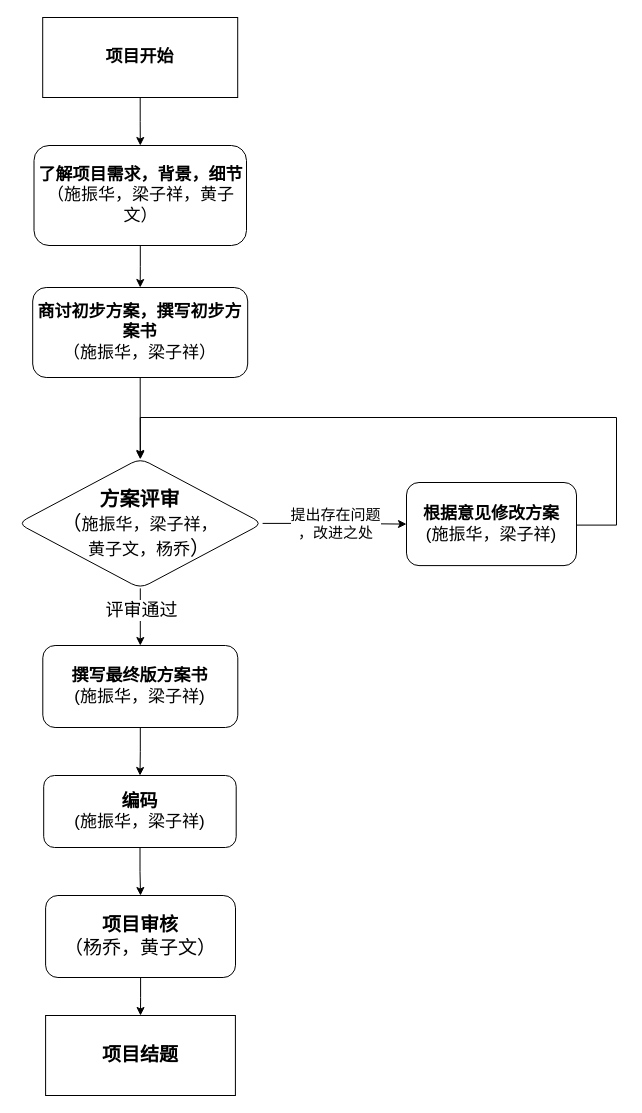
This is 主动防御产品化工作流程.drawio from father-liang/draw.io, a draw.io file, before an edit. Source tidied: cells renumbered, new cells numbered last; positions are measured from the earlier drawing's top-left corner, leaving out a move shared by most shapes. Both pictures are drawn from the tidied source at 100%, with x=0, y=0 at pixel (17, 17).
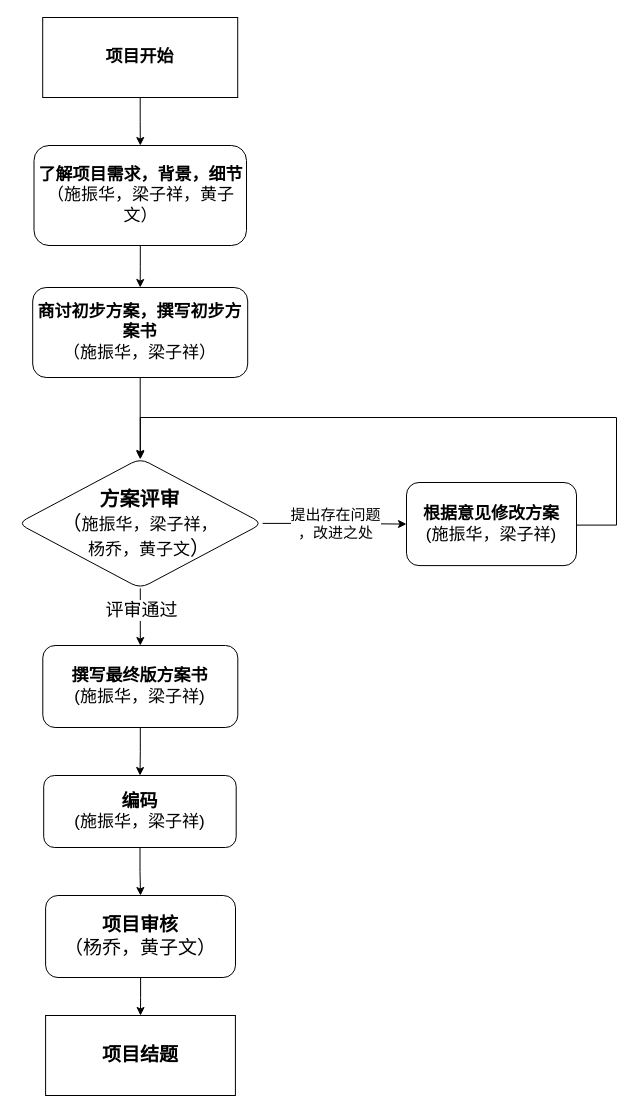
The same diagram, later.

Commit message (it also covers changes not shown here):
更新主动防御产品化工作流程.drawio

What changed in the source:
```diff
@@
-    <mxCell id="12" value="&lt;font style=&quot;font-size: 20px;&quot;&gt;&lt;b&gt;方案评审&lt;/b&gt;&lt;/font&gt;&lt;div&gt;&lt;font style=&quot;font-size: 20px;&quot;&gt;（&lt;/font&gt;&lt;span style=&quot;font-size: 17px; background-color: initial;&quot;&gt;施振华&lt;/span&gt;&lt;span style=&quot;font-size: 17px; background-color: initial;&quot;&gt;，&lt;/span&gt;&lt;span style=&quot;background-color: initial; font-size: 17px;&quot;&gt;梁子祥&lt;/span&gt;&lt;span style=&quot;background-color: initial; font-size: 17px;&quot;&gt;，&lt;/span&gt;&lt;/div&gt;&lt;div&gt;&lt;span style=&quot;font-size: 17px; background-color: initial;&quot;&gt;&amp;nbsp; &amp;nbsp; 黄子文，杨乔&lt;/span&gt;&lt;span style=&quot;font-size: 20px; background-color: initial;&quot;&gt;）&lt;/span&gt;&lt;/div&gt;" style="rhombus;whiteSpace=wrap;html=1;rounded=1;" parent="1" vertex="1">
+    <mxCell id="12" value="&lt;font style=&quot;font-size: 20px;&quot;&gt;&lt;b&gt;方案评审&lt;/b&gt;&lt;/font&gt;&lt;div&gt;&lt;font style=&quot;font-size: 20px;&quot;&gt;（&lt;/font&gt;&lt;span style=&quot;font-size: 17px; background-color: initial;&quot;&gt;施振华&lt;/span&gt;&lt;span style=&quot;font-size: 17px; background-color: initial;&quot;&gt;，&lt;/span&gt;&lt;span style=&quot;background-color: initial; font-size: 17px;&quot;&gt;梁子祥&lt;/span&gt;&lt;span style=&quot;background-color: initial; font-size: 17px;&quot;&gt;，&lt;/span&gt;&lt;/div&gt;&lt;div&gt;&lt;span style=&quot;font-size: 17px; background-color: initial;&quot;&gt;&amp;nbsp; &amp;nbsp; 杨乔&lt;/span&gt;&lt;span style=&quot;font-size: 17px; background-color: initial;&quot;&gt;，&lt;/span&gt;&lt;span style=&quot;background-color: initial; font-size: 17px;&quot;&gt;黄子文&lt;/span&gt;&lt;span style=&quot;background-color: initial; font-size: 20px;&quot;&gt;）&lt;/span&gt;&lt;/div&gt;" style="rhombus;whiteSpace=wrap;html=1;rounded=1;" parent="1" vertex="1">
       <mxGeometry x="0.4" y="440.9" width="244.7" height="130" as="geometry" />
     </mxCell>
```
